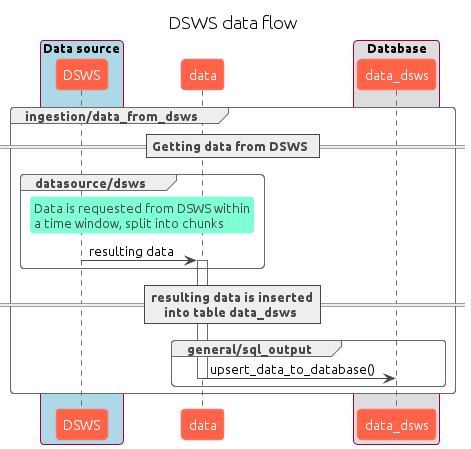
Earlier version of the PlantUML export docs/diagrams/dsws_flow/dsws.png (asklora/DROID_V2.1). The source it was exported from:
```plantuml
@startuml dsws

title "DSWS data flow"

!theme vibrant

skinparam shadowing false
skinparam defaultFontName Ubuntu

box "Data source" #LightBlue
participant DSWS
end box
participant data
box "Database"
participant data_dsws

group ingestion/data_from_dsws
    == Getting data from DSWS ==

    group datasource/dsws
        rnote over DSWS, data
        Data is requested from DSWS within
        a time window, split into chunks
        end note

        DSWS -> data : resulting data
        activate data
    end

    == resulting data is inserted\ninto table data_dsws ==

    group general/sql_output
        data -> data_dsws : upsert_data_to_database()
        deactivate data
    end

end

@enduml
```
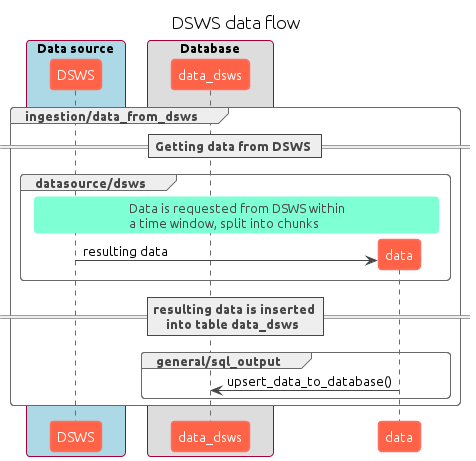
After the change.

What changed in the source:
```diff
@@ -6,32 +6,33 @@
 
 skinparam shadowing false
 skinparam defaultFontName Ubuntu
+skinparam ParticipantPadding 20
+skinparam BoxPadding 10
 
 box "Data source" #LightBlue
 participant DSWS
 end box
-participant data
 box "Database"
 participant data_dsws
+end box
 
 group ingestion/data_from_dsws
     == Getting data from DSWS ==
 
     group datasource/dsws
+        create data
         rnote over DSWS, data
         Data is requested from DSWS within
         a time window, split into chunks
         end note
 
         DSWS -> data : resulting data
-        activate data
     end
 
     == resulting data is inserted\ninto table data_dsws ==
 
     group general/sql_output
         data -> data_dsws : upsert_data_to_database()
-        deactivate data
     end
 
 end
```
